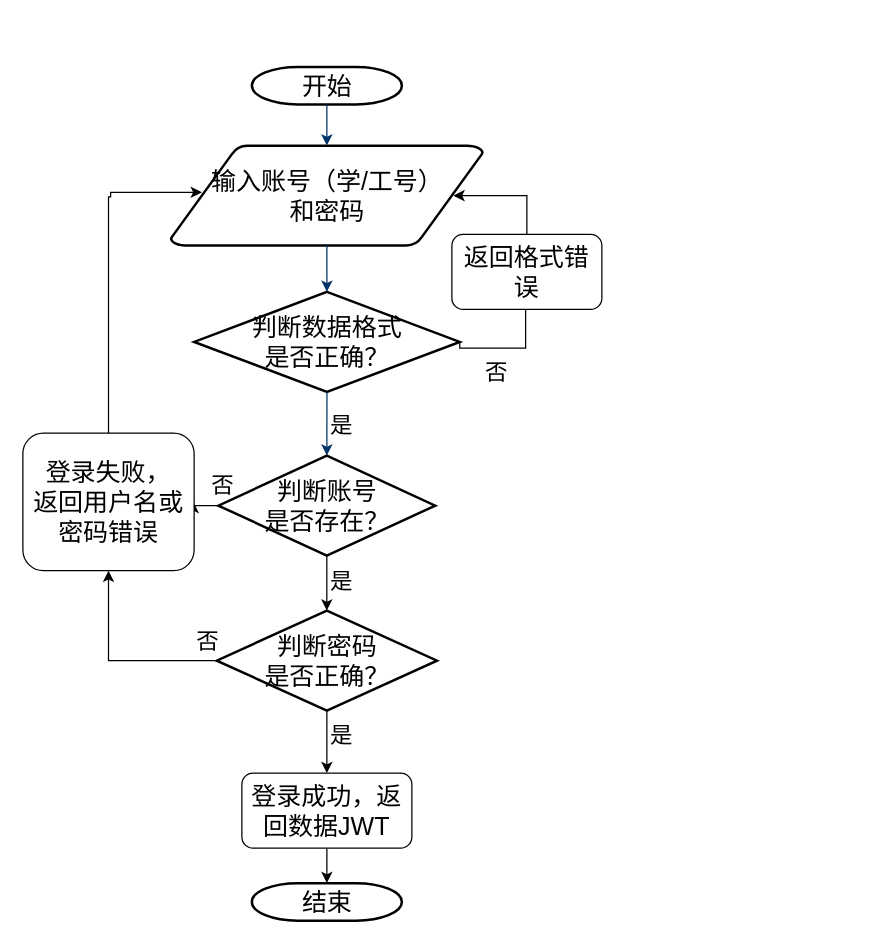
The draw.io diagram page "登录" (1 of 16) of 流程图.drawio in Gonod20s/Voice-Controlled-Robot, before the edit. Source tidied: cells renumbered, new cells numbered last; positions are measured from the earlier drawing's top-left corner, leaving out a move shared by most shapes. Both pictures are drawn from the tidied source at 125%, with x=0, y=0 at pixel (22, 66).
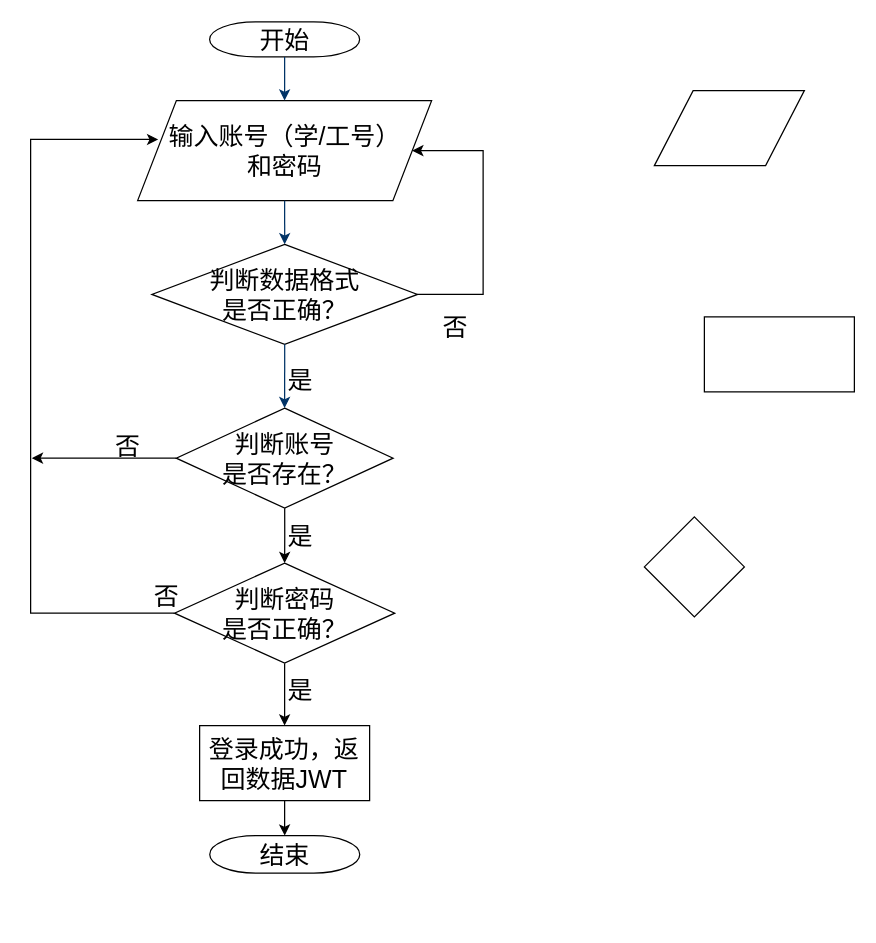
The same page after the edit.

Diff of the diagram source:
```diff
@@
+    <mxCell id="28" style="shape=parallelogram;perimeter=parallelogramPerimeter;whiteSpace=wrap;html=1;fixedSize=1;size=30.999989827474053;" parent="1" vertex="1">
+      <mxGeometry x="505" y="19" width="120" height="60" as="geometry" />
+    </mxCell>
+    <mxCell id="29" style="rounded=0;whiteSpace=wrap;html=1;" parent="1" vertex="1">
+      <mxGeometry x="545" y="200" width="120" height="60" as="geometry" />
+    </mxCell>
+    <mxCell id="30" style="rhombus;whiteSpace=wrap;html=1;strokeColor=default;align=center;verticalAlign=middle;fontFamily=Helvetica;fontSize=12;fontColor=default;fillColor=default;" parent="1" vertex="1">
+      <mxGeometry x="497" y="360" width="80" height="80" as="geometry" />
+    </mxCell>
-    <mxCell id="2" value="&lt;font style=&quot;font-size: 20px;&quot;&gt;开始&lt;/font&gt;" style="shape=mxgraph.flowchart.terminator;strokeWidth=2;gradientColor=none;gradientDirection=north;fontStyle=0;html=1;" parent="1" vertex="1">
-      <mxGeometry x="183" width="120" height="30" as="geometry" />
+    <mxCell id="2" value="&lt;font&gt;开始&lt;/font&gt;" style="shape=mxgraph.flowchart.terminator;strokeWidth=1;gradientColor=none;gradientDirection=north;fontStyle=0;html=1;strokeColor=default;fontFamily=宋体;fontSize=20;" parent="1" vertex="1">
+      <mxGeometry x="149.2" y="-36" width="120" height="28" as="geometry" />
     </mxCell>
-    <mxCell id="3" value="&lt;font style=&quot;font-size: 20px;&quot;&gt;输入账号（学/工号）&lt;/font&gt;&lt;div&gt;&lt;font style=&quot;font-size: 20px;&quot;&gt;和密码&lt;/font&gt;&lt;/div&gt;" style="shape=mxgraph.flowchart.data;strokeWidth=2;gradientColor=none;gradientDirection=north;fontStyle=0;html=1;" parent="1" vertex="1">
-      <mxGeometry x="118" y="63" width="250" height="80" as="geometry" />
+    <mxCell id="3" value="&lt;font&gt;输入账号（学/工号）&lt;/font&gt;&lt;div&gt;&lt;font&gt;和密码&lt;/font&gt;&lt;/div&gt;" style="shape=parallelogram;perimeter=parallelogramPerimeter;whiteSpace=wrap;html=1;fixedSize=1;size=30.999989827474053;strokeWidth=1;fontFamily=宋体;fontSize=20;" parent="1" vertex="1">
+      <mxGeometry x="91.6" y="27" width="235.2" height="80" as="geometry" />
     </mxCell>
-    <mxCell id="4" value="&lt;font style=&quot;font-size: 20px;&quot;&gt;判断数据格式&lt;/font&gt;&lt;div&gt;&lt;font style=&quot;font-size: 20px;&quot;&gt;是否正确？&lt;/font&gt;&lt;/div&gt;" style="shape=mxgraph.flowchart.decision;strokeWidth=2;gradientColor=none;gradientDirection=north;fontStyle=0;html=1;" parent="1" vertex="1">
-      <mxGeometry x="136.8" y="180" width="212.5" height="80" as="geometry" />
+    <mxCell id="4" value="&lt;font&gt;判断数据格式&lt;/font&gt;&lt;div&gt;&lt;font&gt;是否正确？&lt;/font&gt;&lt;/div&gt;" style="shape=mxgraph.flowchart.decision;strokeWidth=1;gradientColor=none;gradientDirection=north;fontStyle=0;html=1;strokeColor=default;align=center;verticalAlign=middle;fontFamily=宋体;fontSize=20;fontColor=default;fillColor=default;" parent="1" vertex="1">
+      <mxGeometry x="103" y="142" width="212.5" height="80" as="geometry" />
     </mxCell>
-    <mxCell id="5" style="fontStyle=1;strokeColor=#003366;strokeWidth=1;html=1;" parent="1" edge="1" source="2" target="3">
+    <mxCell id="5" style="fontStyle=1;strokeColor=#003366;strokeWidth=1;html=1;fontFamily=宋体;fontSize=20;" parent="1" edge="1" source="2" target="3">
       <mxGeometry relative="1" as="geometry" />
     </mxCell>
-    <mxCell id="6" style="entryX=0.5;entryY=0;entryPerimeter=0;fontStyle=1;strokeColor=#003366;strokeWidth=1;html=1;exitX=0.5;exitY=1;exitDx=0;exitDy=0;exitPerimeter=0;" parent="1" edge="1" source="3" target="4">
+    <mxCell id="6" style="entryX=0.5;entryY=0;entryPerimeter=0;fontStyle=1;strokeColor=#003366;strokeWidth=1;html=1;exitX=0.5;exitY=1;exitDx=0;exitDy=0;exitPerimeter=0;fontFamily=宋体;fontSize=20;" parent="1" edge="1" source="3" target="4">
       <mxGeometry relative="1" as="geometry" />
     </mxCell>
-    <mxCell id="7" value="&lt;font style=&quot;font-size: 18px;&quot;&gt;是&lt;/font&gt;" style="text;fontStyle=0;html=1;strokeColor=none;gradientColor=none;fillColor=none;strokeWidth=2;" parent="1" vertex="1">
-      <mxGeometry x="244" y="270" width="40" height="26" as="geometry" />
-    </mxCell>
+    <mxCell id="31" value="&lt;font&gt;是&lt;/font&gt;" style="text;fontStyle=0;html=1;strokeColor=none;gradientColor=none;fillColor=none;strokeWidth=2;fontFamily=宋体;fontSize=20;" parent="1" vertex="1">
+      <mxGeometry x="210.2" y="232" width="40" height="26" as="geometry" />
+    </mxCell>
-    <mxCell id="8" style="edgeStyle=elbowEdgeStyle;elbow=horizontal;fontColor=#001933;fontStyle=1;strokeColor=#003366;strokeWidth=1;html=1;exitX=0.5;exitY=1;exitDx=0;exitDy=0;exitPerimeter=0;entryX=0.5;entryY=0;entryDx=0;entryDy=0;entryPerimeter=0;" parent="1" edge="1" source="4" target="11">
+    <mxCell id="8" style="edgeStyle=elbowEdgeStyle;elbow=horizontal;fontColor=#001933;fontStyle=1;strokeColor=#003366;strokeWidth=1;html=1;exitX=0.5;exitY=1;exitDx=0;exitDy=0;exitPerimeter=0;entryX=0.5;entryY=0;entryDx=0;entryDy=0;entryPerimeter=0;fontFamily=宋体;fontSize=20;" parent="1" edge="1" source="4" target="11">
       <mxGeometry as="geometry">
         <Array as="points">
-          <mxPoint x="243" y="320" />
+          <mxPoint x="209.2" y="282" />
         </Array>
       </mxGeometry>
     </mxCell>
-    <mxCell id="9" style="edgeStyle=orthogonalEdgeStyle;rounded=0;jettySize=auto;html=1;exitX=0.5;exitY=1;exitDx=0;exitDy=0;exitPerimeter=0;" parent="1" edge="1" source="11" target="14">
+    <mxCell id="9" style="edgeStyle=orthogonalEdgeStyle;rounded=0;jettySize=auto;html=1;exitX=0.5;exitY=1;exitDx=0;exitDy=0;exitPerimeter=0;fontFamily=宋体;fontSize=20;" parent="1" edge="1" source="11" target="14">
       <mxGeometry relative="1" as="geometry" />
     </mxCell>
-    <mxCell id="10" style="edgeStyle=orthogonalEdgeStyle;rounded=0;jettySize=auto;html=1;entryX=1;entryY=0.5;entryDx=0;entryDy=0;" parent="1" edge="1" source="11" target="23">
-      <mxGeometry relative="1" as="geometry" />
-    </mxCell>
+    <mxCell id="32" style="edgeStyle=orthogonalEdgeStyle;rounded=0;jettySize=auto;html=1;fontFamily=宋体;fontSize=20;" parent="1" edge="1" source="11">
+      <mxGeometry relative="1" as="geometry">
+        <mxPoint x="7" y="313" as="targetPoint" />
+        <Array as="points">
+          <mxPoint x="7" y="313" />
+        </Array>
+      </mxGeometry>
+    </mxCell>
-    <mxCell id="11" value="&lt;font style=&quot;font-size: 20px;&quot;&gt;判断账号&lt;/font&gt;&lt;div&gt;&lt;font style=&quot;font-size: 20px;&quot;&gt;是否存在？&lt;/font&gt;&lt;/div&gt;" style="shape=mxgraph.flowchart.decision;strokeWidth=2;gradientColor=none;gradientDirection=north;fontStyle=0;html=1;" parent="1" vertex="1">
-      <mxGeometry x="156.2" y="311" width="173.5" height="80" as="geometry" />
+    <mxCell id="11" value="&lt;font&gt;判断账号&lt;/font&gt;&lt;div&gt;&lt;font&gt;是否存在？&lt;/font&gt;&lt;/div&gt;" style="shape=mxgraph.flowchart.decision;strokeWidth=1;gradientColor=none;gradientDirection=north;fontStyle=0;html=1;strokeColor=default;align=center;verticalAlign=middle;fontFamily=宋体;fontSize=20;fontColor=default;fillColor=default;" parent="1" vertex="1">
+      <mxGeometry x="122.5" y="273" width="173.5" height="80" as="geometry" />
     </mxCell>
-    <mxCell id="12" style="edgeStyle=orthogonalEdgeStyle;rounded=0;jettySize=auto;html=1;" parent="1" edge="1" source="14" target="16">
+    <mxCell id="12" style="edgeStyle=orthogonalEdgeStyle;rounded=0;jettySize=auto;html=1;fontFamily=宋体;fontSize=20;" parent="1" edge="1" source="14" target="16">
       <mxGeometry relative="1" as="geometry" />
     </mxCell>
-    <mxCell id="13" style="edgeStyle=orthogonalEdgeStyle;rounded=0;jettySize=auto;html=1;exitX=0;exitY=0.5;exitDx=0;exitDy=0;exitPerimeter=0;entryX=0.5;entryY=1;entryDx=0;entryDy=0;" parent="1" edge="1" source="14" target="23">
-      <mxGeometry relative="1" as="geometry" />
-    </mxCell>
+    <mxCell id="33" style="edgeStyle=orthogonalEdgeStyle;rounded=0;jettySize=auto;html=1;exitX=0;exitY=0.5;exitDx=0;exitDy=0;exitPerimeter=0;entryX=0.07;entryY=0.388;entryDx=0;entryDy=0;fontFamily=宋体;fontSize=20;entryPerimeter=0;" parent="1" edge="1" source="14" target="3">
+      <mxGeometry relative="1" as="geometry">
+        <Array as="points">
+          <mxPoint x="6" y="437" />
+          <mxPoint x="6" y="58" />
+        </Array>
+      </mxGeometry>
+    </mxCell>
-    <mxCell id="14" value="&lt;font style=&quot;font-size: 20px;&quot;&gt;判断密码&lt;/font&gt;&lt;div&gt;&lt;font style=&quot;font-size: 20px;&quot;&gt;是否正确？&lt;/font&gt;&lt;/div&gt;" style="shape=mxgraph.flowchart.decision;strokeWidth=2;gradientColor=none;gradientDirection=north;fontStyle=0;html=1;" parent="1" vertex="1">
-      <mxGeometry x="154.9" y="435" width="176.2" height="80" as="geometry" />
+    <mxCell id="14" value="&lt;font&gt;判断密码&lt;/font&gt;&lt;div&gt;&lt;font&gt;是否正确？&lt;/font&gt;&lt;/div&gt;" style="shape=mxgraph.flowchart.decision;strokeWidth=1;gradientColor=none;gradientDirection=north;fontStyle=0;html=1;strokeColor=default;align=center;verticalAlign=middle;fontFamily=宋体;fontSize=20;fontColor=default;fillColor=default;" parent="1" vertex="1">
+      <mxGeometry x="121.1" y="397" width="176.2" height="80" as="geometry" />
     </mxCell>
-    <mxCell id="15" style="edgeStyle=orthogonalEdgeStyle;rounded=0;jettySize=auto;html=1;" parent="1" edge="1" source="16" target="24">
+    <mxCell id="15" style="edgeStyle=orthogonalEdgeStyle;rounded=0;jettySize=auto;html=1;fontFamily=宋体;fontSize=20;" parent="1" edge="1" source="16" target="24">
       <mxGeometry relative="1" as="geometry" />
     </mxCell>
-    <mxCell id="16" value="&lt;font style=&quot;font-size: 20px;&quot;&gt;登录成功，返回数据JWT&lt;/font&gt;" style="rounded=1;whiteSpace=wrap;html=1;" parent="1" vertex="1">
-      <mxGeometry x="175" y="565" width="136" height="60" as="geometry" />
+    <mxCell id="16" value="&lt;font&gt;登录成功，返回数据JWT&lt;/font&gt;" style="rounded=0;whiteSpace=wrap;html=1;strokeColor=default;align=center;verticalAlign=middle;fontFamily=宋体;fontSize=20;fontColor=default;fillColor=default;" parent="1" vertex="1">
+      <mxGeometry x="141.2" y="527" width="136" height="60" as="geometry" />
     </mxCell>
-    <mxCell id="17" value="&lt;font style=&quot;font-size: 18px;&quot;&gt;是&lt;/font&gt;" style="text;fontStyle=0;html=1;strokeColor=none;gradientColor=none;fillColor=none;strokeWidth=2;" parent="1" vertex="1">
-      <mxGeometry x="244" y="395" width="40" height="26" as="geometry" />
-    </mxCell>
-    <mxCell id="18" value="&lt;font style=&quot;font-size: 18px;&quot;&gt;是&lt;/font&gt;" style="text;fontStyle=0;html=1;strokeColor=none;gradientColor=none;fillColor=none;strokeWidth=2;" parent="1" vertex="1">
-      <mxGeometry x="244" y="518" width="40" height="26" as="geometry" />
-    </mxCell>
-    <mxCell id="19" style="edgeStyle=orthogonalEdgeStyle;rounded=0;jettySize=auto;html=1;entryX=0.905;entryY=0.5;entryDx=0;entryDy=0;entryPerimeter=0;exitX=0.5;exitY=0;exitDx=0;exitDy=0;" parent="1" edge="1" source="22" target="3">
-      <mxGeometry relative="1" as="geometry">
-        <Array as="points">
-          <mxPoint x="403" y="103" />
-        </Array>
-      </mxGeometry>
-    </mxCell>
-    <mxCell id="20" value="&lt;font style=&quot;font-size: 18px;&quot;&gt;否&lt;/font&gt;" style="text;fontStyle=0;html=1;strokeColor=none;gradientColor=none;fillColor=none;strokeWidth=2;" parent="1" vertex="1">
-      <mxGeometry x="368" y="228" width="40" height="26" as="geometry" />
-    </mxCell>
-    <mxCell id="21" style="edgeStyle=orthogonalEdgeStyle;rounded=0;jettySize=auto;html=1;exitX=1;exitY=0.5;exitDx=0;exitDy=0;exitPerimeter=0;entryX=0.5;entryY=1;entryDx=0;entryDy=0;" parent="1" edge="1" source="4" target="22">
-      <mxGeometry relative="1" as="geometry">
-        <Array as="points">
-          <mxPoint x="402" y="225" />
-          <mxPoint x="402" y="193" />
-          <mxPoint x="403" y="193" />
-        </Array>
-      </mxGeometry>
-    </mxCell>
-    <mxCell id="22" value="&lt;font style=&quot;font-size: 20px;&quot;&gt;返回格式错误&lt;/font&gt;" style="rounded=1;whiteSpace=wrap;html=1;" parent="1" vertex="1">
-      <mxGeometry x="343" y="134" width="120" height="60" as="geometry" />
-    </mxCell>
-    <mxCell id="23" value="&lt;font style=&quot;font-size: 20px;&quot;&gt;登录失败，&lt;/font&gt;&lt;div&gt;&lt;font style=&quot;font-size: 20px;&quot;&gt;返回用户名&lt;span style=&quot;background-color: transparent;&quot;&gt;或&lt;/span&gt;&lt;/font&gt;&lt;div&gt;&lt;span style=&quot;background-color: transparent;&quot;&gt;&lt;font style=&quot;font-size: 20px;&quot;&gt;密码错误&lt;/font&gt;&lt;/span&gt;&lt;/div&gt;&lt;/div&gt;" style="rounded=1;whiteSpace=wrap;html=1;" parent="1" vertex="1">
-      <mxGeometry x="-0.2" y="293" width="137" height="110" as="geometry" />
-    </mxCell>
+    <mxCell id="34" value="&lt;font&gt;是&lt;/font&gt;" style="text;fontStyle=0;html=1;strokeColor=none;gradientColor=none;fillColor=none;strokeWidth=2;fontFamily=宋体;fontSize=20;" parent="1" vertex="1">
+      <mxGeometry x="210.2" y="357" width="40" height="26" as="geometry" />
+    </mxCell>
+    <mxCell id="35" value="&lt;font&gt;是&lt;/font&gt;" style="text;fontStyle=0;html=1;strokeColor=none;gradientColor=none;fillColor=none;strokeWidth=2;fontFamily=宋体;fontSize=20;" parent="1" vertex="1">
+      <mxGeometry x="210.2" y="480" width="40" height="26" as="geometry" />
+    </mxCell>
+    <mxCell id="36" value="&lt;font&gt;否&lt;/font&gt;" style="text;fontStyle=0;html=1;strokeColor=none;gradientColor=none;fillColor=none;strokeWidth=2;fontFamily=宋体;fontSize=20;" parent="1" vertex="1">
+      <mxGeometry x="334.2" y="190" width="40" height="26" as="geometry" />
+    </mxCell>
+    <mxCell id="37" style="edgeStyle=orthogonalEdgeStyle;rounded=0;jettySize=auto;html=1;exitX=1;exitY=0.5;exitDx=0;exitDy=0;exitPerimeter=0;entryX=1;entryY=0.5;entryDx=0;entryDy=0;fontFamily=宋体;fontSize=20;" parent="1" edge="1" source="4" target="3">
+      <mxGeometry relative="1" as="geometry">
+        <Array as="points">
+          <mxPoint x="368" y="182" />
+          <mxPoint x="368" y="67" />
+        </Array>
+      </mxGeometry>
+    </mxCell>
-    <mxCell id="24" value="&lt;font style=&quot;font-size: 20px;&quot;&gt;结束&lt;/font&gt;" style="shape=mxgraph.flowchart.terminator;strokeWidth=2;gradientColor=none;gradientDirection=north;fontStyle=0;html=1;" parent="1" vertex="1">
-      <mxGeometry x="183" y="653" width="120" height="30" as="geometry" />
+    <mxCell id="24" value="&lt;font&gt;结束&lt;/font&gt;" style="shape=mxgraph.flowchart.terminator;strokeWidth=1;gradientColor=none;gradientDirection=north;fontStyle=0;html=1;fontFamily=宋体;fontSize=20;" parent="1" vertex="1">
+      <mxGeometry x="149.3" y="615" width="120" height="30" as="geometry" />
     </mxCell>
-    <mxCell id="25" style="edgeStyle=orthogonalEdgeStyle;rounded=0;jettySize=auto;html=1;entryX=0.1;entryY=0.467;entryDx=0;entryDy=0;entryPerimeter=0;" parent="1" edge="1" source="23" target="3">
-      <mxGeometry relative="1" as="geometry">
-        <Array as="points">
-          <mxPoint x="69" y="104" />
-          <mxPoint x="70" y="104" />
-          <mxPoint x="70" y="100" />
-        </Array>
-      </mxGeometry>
-    </mxCell>
-    <mxCell id="26" value="&lt;font style=&quot;font-size: 18px;&quot;&gt;否&lt;/font&gt;" style="text;fontStyle=0;html=1;strokeColor=none;gradientColor=none;fillColor=none;strokeWidth=2;" parent="1" vertex="1">
-      <mxGeometry x="149" y="318" width="40" height="26" as="geometry" />
-    </mxCell>
-    <mxCell id="27" value="&lt;font style=&quot;font-size: 18px;&quot;&gt;否&lt;/font&gt;" style="text;fontStyle=0;html=1;strokeColor=none;gradientColor=none;fillColor=none;strokeWidth=2;" parent="1" vertex="1">
-      <mxGeometry x="136.8" y="443" width="40" height="26" as="geometry" />
-    </mxCell>
+    <mxCell id="38" value="&lt;font&gt;否&lt;/font&gt;" style="text;fontStyle=0;html=1;strokeColor=none;gradientColor=none;fillColor=none;strokeWidth=2;fontFamily=宋体;fontSize=20;" parent="1" vertex="1">
+      <mxGeometry x="72" y="285" width="40" height="26" as="geometry" />
+    </mxCell>
+    <mxCell id="39" value="&lt;font&gt;否&lt;/font&gt;" style="text;fontStyle=0;html=1;strokeColor=none;gradientColor=none;fillColor=none;strokeWidth=2;fontFamily=宋体;fontSize=20;" parent="1" vertex="1">
+      <mxGeometry x="103" y="405" width="40" height="26" as="geometry" />
+    </mxCell>
```
